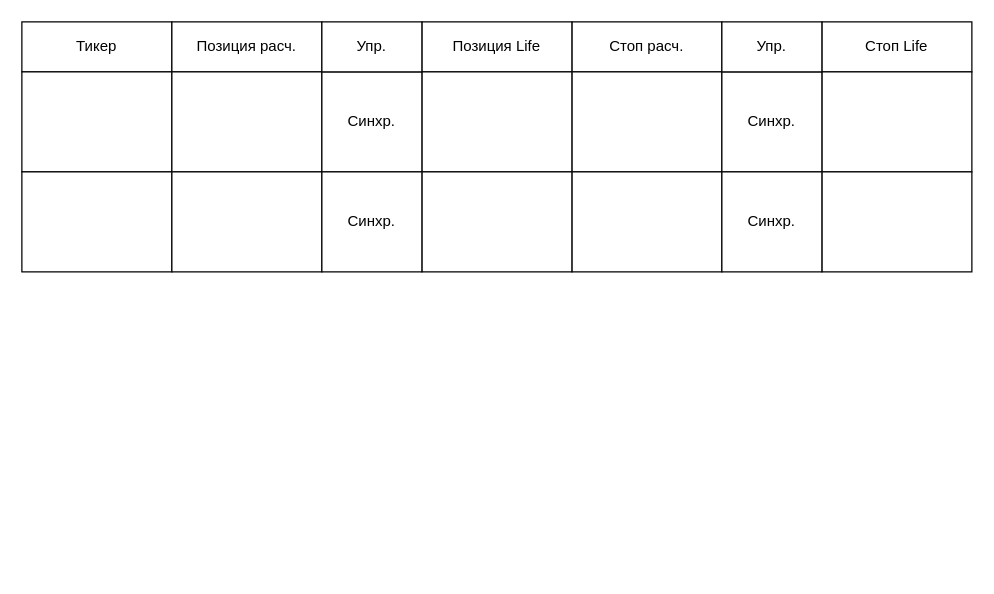
Above: Momentum/MomentumTerminal.drawio in oid85/Oid85.FinMarket.KnowledgeBase (draw.io), before the change. Source tidied: cells renumbered, new cells numbered last; positions are measured from the earlier drawing's top-left corner, leaving out a move shared by most shapes. Both pictures are drawn from the tidied source at 125%, with x=0, y=0 at pixel (21, 21).
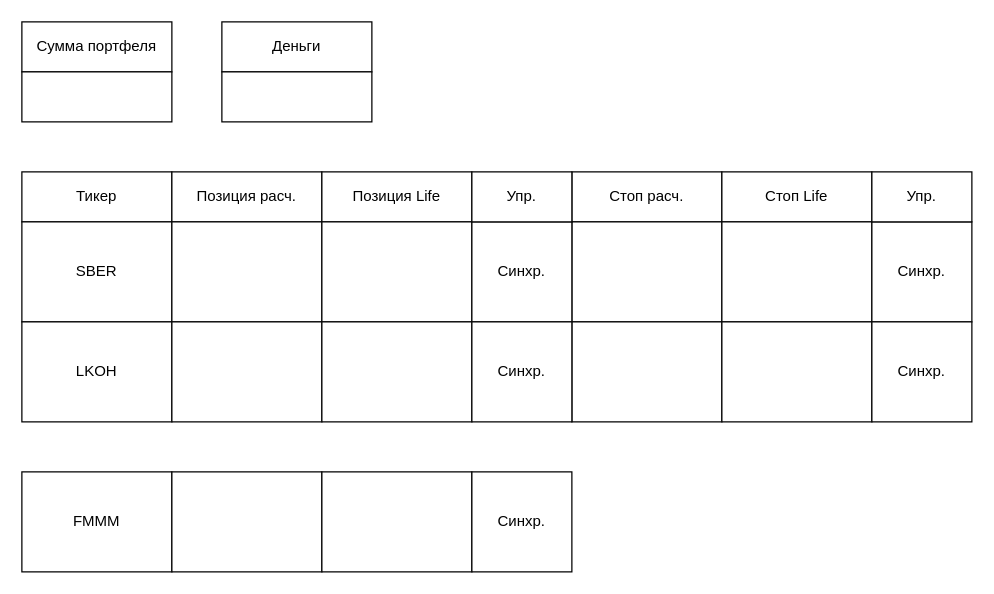
Above is the later version.

The edit, as a diff of the source:
```diff
@@
     <mxCell id="2" value="Тикер" style="rounded=0;whiteSpace=wrap;html=1;" parent="1" vertex="1">
-      <mxGeometry width="120" height="40" as="geometry" />
+      <mxGeometry y="120" width="120" height="40" as="geometry" />
     </mxCell>
     <mxCell id="3" value="Позиция расч." style="rounded=0;whiteSpace=wrap;html=1;" parent="1" vertex="1">
-      <mxGeometry x="120" width="120" height="40" as="geometry" />
+      <mxGeometry x="120" y="120" width="120" height="40" as="geometry" />
     </mxCell>
     <mxCell id="4" value="Стоп расч." style="rounded=0;whiteSpace=wrap;html=1;" parent="1" vertex="1">
-      <mxGeometry x="440" width="120" height="40" as="geometry" />
+      <mxGeometry x="440" y="120" width="120" height="40" as="geometry" />
     </mxCell>
     <mxCell id="5" value="Позиция Life" style="rounded=0;whiteSpace=wrap;html=1;" parent="1" vertex="1">
-      <mxGeometry x="320" width="120" height="40" as="geometry" />
+      <mxGeometry x="240" y="120" width="120" height="40" as="geometry" />
     </mxCell>
     <mxCell id="6" value="Стоп Life" style="rounded=0;whiteSpace=wrap;html=1;" parent="1" vertex="1">
-      <mxGeometry x="640" width="120" height="40" as="geometry" />
+      <mxGeometry x="560" y="120" width="120" height="40" as="geometry" />
     </mxCell>
-    <mxCell id="7" style="rounded=0;whiteSpace=wrap;html=1;" parent="1" vertex="1">
-      <mxGeometry y="40" width="120" height="80" as="geometry" />
+    <mxCell id="7" value="SBER" style="rounded=0;whiteSpace=wrap;html=1;" parent="1" vertex="1">
+      <mxGeometry y="160" width="120" height="80" as="geometry" />
     </mxCell>
     <mxCell id="8" style="rounded=0;whiteSpace=wrap;html=1;" parent="1" vertex="1">
-      <mxGeometry x="120" y="40" width="120" height="80" as="geometry" />
+      <mxGeometry x="120" y="160" width="120" height="80" as="geometry" />
     </mxCell>
     <mxCell id="9" style="rounded=0;whiteSpace=wrap;html=1;" parent="1" vertex="1">
-      <mxGeometry x="440" y="40" width="120" height="80" as="geometry" />
+      <mxGeometry x="440" y="160" width="120" height="80" as="geometry" />
     </mxCell>
     <mxCell id="10" style="rounded=0;whiteSpace=wrap;html=1;" parent="1" vertex="1">
-      <mxGeometry x="320" y="40" width="120" height="80" as="geometry" />
+      <mxGeometry x="240" y="160" width="120" height="80" as="geometry" />
     </mxCell>
     <mxCell id="11" style="rounded=0;whiteSpace=wrap;html=1;" parent="1" vertex="1">
-      <mxGeometry x="640" y="40" width="120" height="80" as="geometry" />
+      <mxGeometry x="560" y="160" width="120" height="80" as="geometry" />
     </mxCell>
     <mxCell id="12" value="Синхр." style="rounded=0;whiteSpace=wrap;html=1;" parent="1" vertex="1">
-      <mxGeometry x="240" y="40" width="80" height="80" as="geometry" />
+      <mxGeometry x="360" y="160" width="80" height="80" as="geometry" />
     </mxCell>
     <mxCell id="13" value="Синхр." style="rounded=0;whiteSpace=wrap;html=1;" parent="1" vertex="1">
-      <mxGeometry x="560" y="40" width="80" height="80" as="geometry" />
+      <mxGeometry x="680" y="160" width="80" height="80" as="geometry" />
     </mxCell>
     <mxCell id="14" value="Упр." style="rounded=0;whiteSpace=wrap;html=1;" parent="1" vertex="1">
-      <mxGeometry x="240" width="80" height="40" as="geometry" />
+      <mxGeometry x="360" y="120" width="80" height="40" as="geometry" />
     </mxCell>
     <mxCell id="15" value="Упр." style="rounded=0;whiteSpace=wrap;html=1;" parent="1" vertex="1">
-      <mxGeometry x="560" width="80" height="40" as="geometry" />
+      <mxGeometry x="680" y="120" width="80" height="40" as="geometry" />
     </mxCell>
-    <mxCell id="16" style="rounded=0;whiteSpace=wrap;html=1;" parent="1" vertex="1">
-      <mxGeometry y="120" width="120" height="80" as="geometry" />
+    <mxCell id="16" value="LKOH" style="rounded=0;whiteSpace=wrap;html=1;" parent="1" vertex="1">
+      <mxGeometry y="240" width="120" height="80" as="geometry" />
     </mxCell>
     <mxCell id="17" style="rounded=0;whiteSpace=wrap;html=1;" parent="1" vertex="1">
-      <mxGeometry x="120" y="120" width="120" height="80" as="geometry" />
+      <mxGeometry x="120" y="240" width="120" height="80" as="geometry" />
     </mxCell>
     <mxCell id="18" style="rounded=0;whiteSpace=wrap;html=1;" parent="1" vertex="1">
-      <mxGeometry x="440" y="120" width="120" height="80" as="geometry" />
+      <mxGeometry x="440" y="240" width="120" height="80" as="geometry" />
     </mxCell>
     <mxCell id="19" style="rounded=0;whiteSpace=wrap;html=1;" parent="1" vertex="1">
-      <mxGeometry x="320" y="120" width="120" height="80" as="geometry" />
+      <mxGeometry x="240" y="240" width="120" height="80" as="geometry" />
     </mxCell>
     <mxCell id="20" style="rounded=0;whiteSpace=wrap;html=1;" parent="1" vertex="1">
-      <mxGeometry x="640" y="120" width="120" height="80" as="geometry" />
+      <mxGeometry x="560" y="240" width="120" height="80" as="geometry" />
     </mxCell>
     <mxCell id="21" value="Синхр." style="rounded=0;whiteSpace=wrap;html=1;" parent="1" vertex="1">
-      <mxGeometry x="240" y="120" width="80" height="80" as="geometry" />
+      <mxGeometry x="360" y="240" width="80" height="80" as="geometry" />
     </mxCell>
     <mxCell id="22" value="Синхр." style="rounded=0;whiteSpace=wrap;html=1;" parent="1" vertex="1">
-      <mxGeometry x="560" y="120" width="80" height="80" as="geometry" />
+      <mxGeometry x="680" y="240" width="80" height="80" as="geometry" />
     </mxCell>
+    <mxCell id="23" value="FMMM" style="rounded=0;whiteSpace=wrap;html=1;" parent="1" vertex="1">
+      <mxGeometry y="360" width="120" height="80" as="geometry" />
+    </mxCell>
+    <mxCell id="24" style="rounded=0;whiteSpace=wrap;html=1;" parent="1" vertex="1">
+      <mxGeometry x="120" y="360" width="120" height="80" as="geometry" />
+    </mxCell>
+    <mxCell id="25" style="rounded=0;whiteSpace=wrap;html=1;" parent="1" vertex="1">
+      <mxGeometry x="240" y="360" width="120" height="80" as="geometry" />
+    </mxCell>
+    <mxCell id="26" value="Синхр." style="rounded=0;whiteSpace=wrap;html=1;" parent="1" vertex="1">
+      <mxGeometry x="360" y="360" width="80" height="80" as="geometry" />
+    </mxCell>
+    <mxCell id="27" value="Сумма портфеля" style="rounded=0;whiteSpace=wrap;html=1;" parent="1" vertex="1">
+      <mxGeometry width="120" height="40" as="geometry" />
+    </mxCell>
+    <mxCell id="28" style="rounded=0;whiteSpace=wrap;html=1;" parent="1" vertex="1">
+      <mxGeometry y="40" width="120" height="40" as="geometry" />
+    </mxCell>
+    <mxCell id="29" value="Деньги" style="rounded=0;whiteSpace=wrap;html=1;" parent="1" vertex="1">
+      <mxGeometry x="160" width="120" height="40" as="geometry" />
+    </mxCell>
+    <mxCell id="30" style="rounded=0;whiteSpace=wrap;html=1;" parent="1" vertex="1">
+      <mxGeometry x="160" y="40" width="120" height="40" as="geometry" />
+    </mxCell>
```
